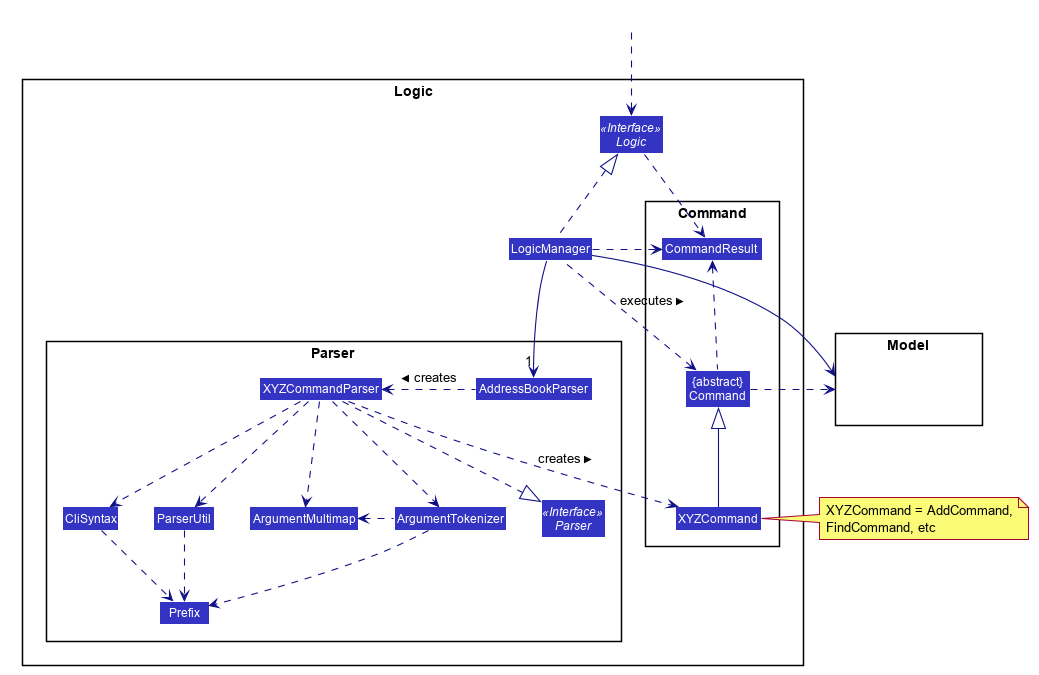
This is docs/images/LogicClassDiagram.png from nus-cs2103-AY2021S2/tp, a PlantUML export, as it was before one commit.
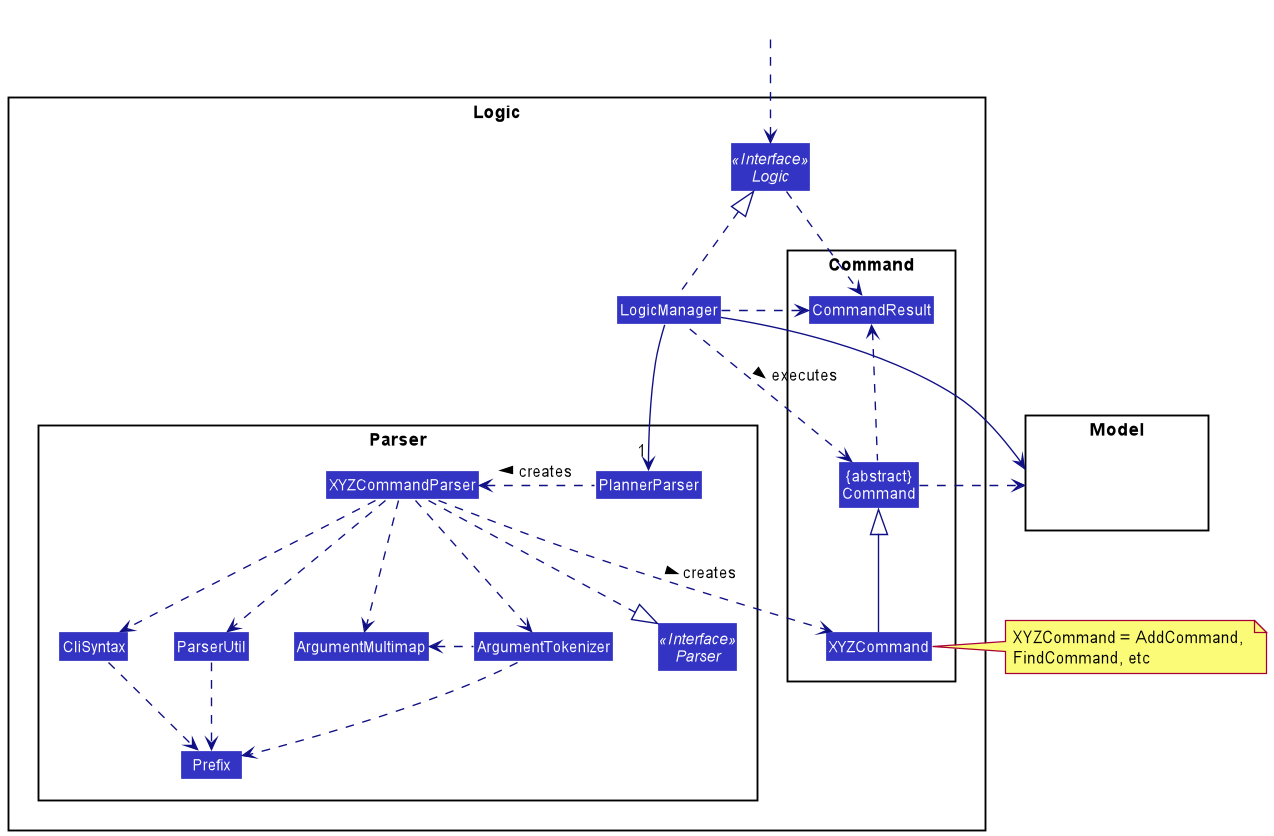
Later version of the same file.

Change to the diagram source:
```diff
@@ -1,61 +1,14 @@
 @startuml
-
-
-
-
-
-
-
-
-skinparam BackgroundColor #FFFFFFF
-
-skinparam Shadowing false
-
-skinparam Class {
-    FontColor #FFFFFF
-    BorderThickness 1
-    BorderColor #FFFFFF
-    StereotypeFontColor #FFFFFF
-    FontName Arial
-}
-
-skinparam Actor {
-    BorderColor #000000
-    Color #000000
-    FontName Arial
-}
-
-skinparam Sequence {
-    MessageAlign center
-    BoxFontSize 15
-    BoxPadding 0
-    BoxFontColor #FFFFFF
-    FontName Arial
-}
-
-skinparam Participant {
-    FontColor #FFFFFFF
-    Padding 20
-}
-
-skinparam MinClassWidth 50
-skinparam ParticipantPadding 10
-skinparam Shadowing false
-skinparam DefaultTextAlignment center
-skinparam packageStyle Rectangle
-
-hide footbox
-hide members
-hide circle
+!include style.puml
 skinparam arrowThickness 1.1
-skinparam arrowColor #101086
-skinparam classBackgroundColor #3333C4
+skinparam arrowColor LOGIC_COLOR_T4
+skinparam classBackgroundColor LOGIC_COLOR
 
 package Logic {
 
 package Parser {
 Interface Parser <<Interface>>
-Class AddressBookParser
+Class PlannerParser
 Class XYZCommandParser
 Class CliSyntax
 Class ParserUtil
@@ -82,8 +35,8 @@
 HiddenOutside ..> Logic
 
 LogicManager .up.|> Logic
-LogicManager -->"1" AddressBookParser
-AddressBookParser .left.> XYZCommandParser: creates >
+LogicManager -->"1" PlannerParser
+PlannerParser .left.> XYZCommandParser: creates >
 
 XYZCommandParser ..> XYZCommand : creates >
 XYZCommandParser ..|> Parser
```
